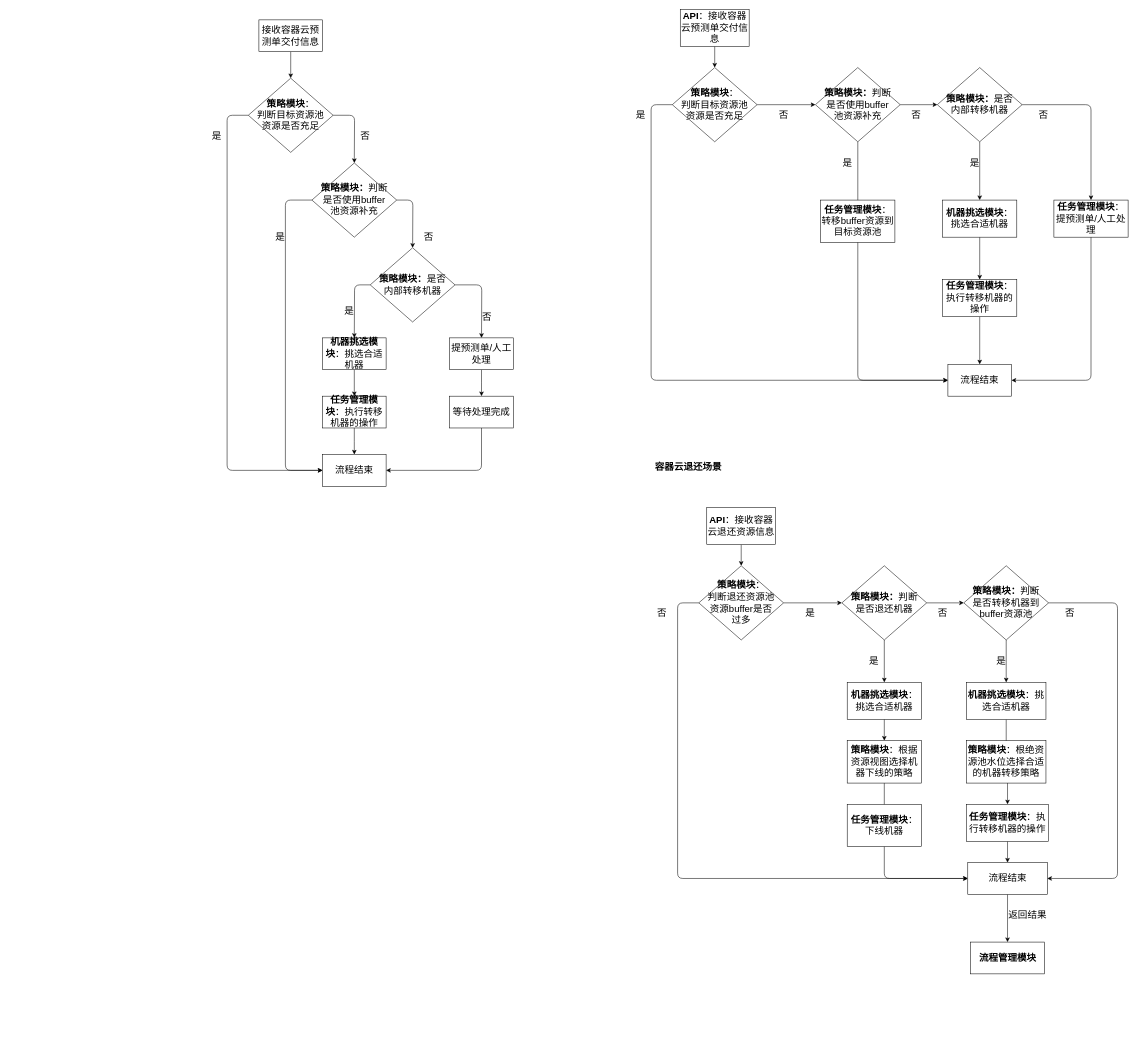
Before: page "资源决策模块" (3 of 4) of draw/elastic-resource.drawio in gosoon/gitbook, a draw.io diagram. Source tidied: cells renumbered, new cells numbered last; positions are measured from the earlier drawing's top-left corner, leaving out a move shared by most shapes. Both pictures are drawn from the tidied source at 53%, with x=0, y=0 at pixel (206, 9).
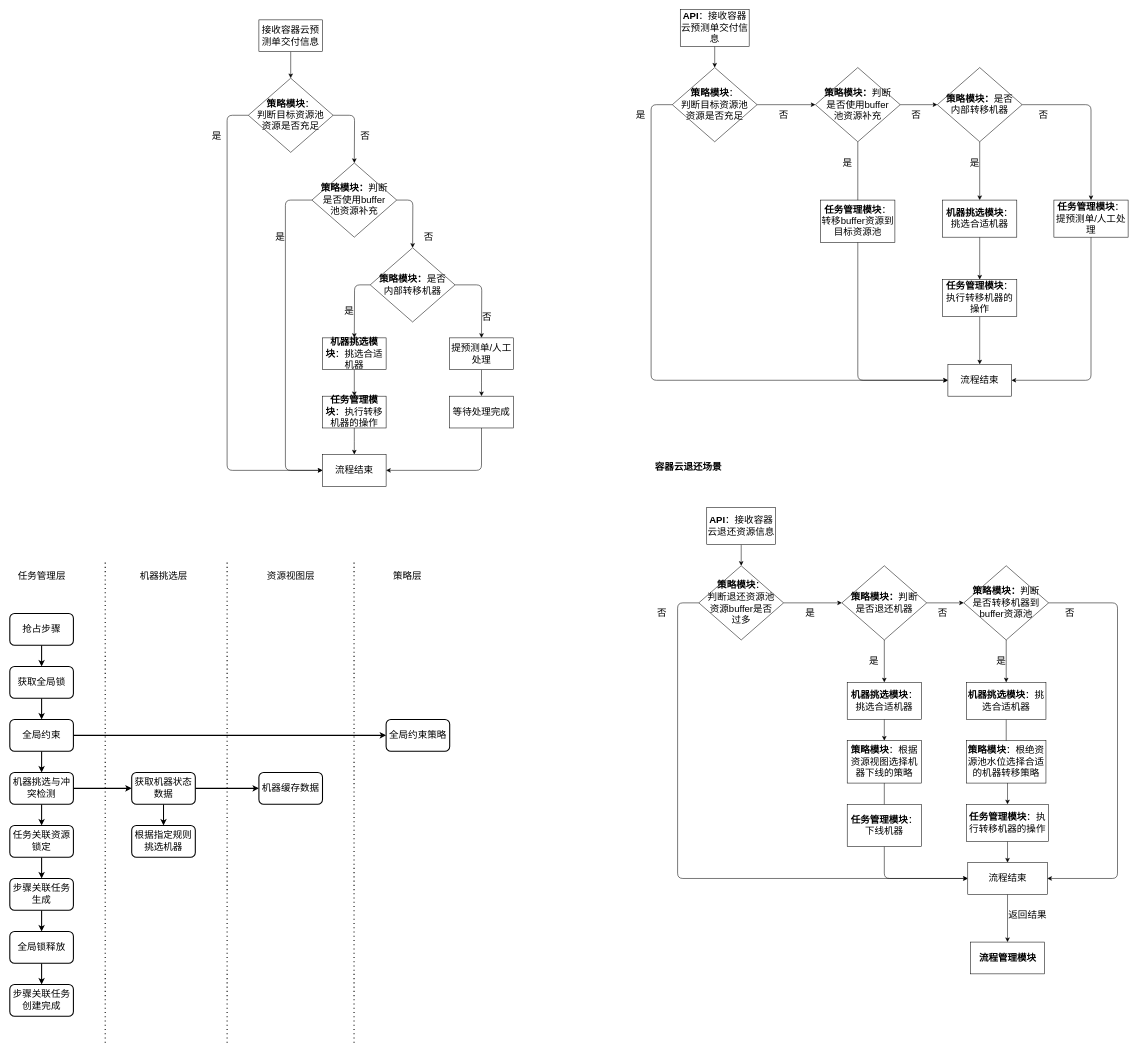
The same diagram, later.

Diff of the diagram source:
```diff
@@
+    <mxCell id="85" style="edgeStyle=orthogonalEdgeStyle;rounded=0;jettySize=auto;html=1;entryX=0.5;entryY=0;entryDx=0;entryDy=0;strokeWidth=2;" parent="1" edge="1" source="86" target="88">
+      <mxGeometry relative="1" as="geometry" />
+    </mxCell>
+    <mxCell id="86" value="&lt;font style=&quot;font-size: 18px;&quot;&gt;抢占步骤&lt;/font&gt;" style="rounded=1;whiteSpace=wrap;html=1;strokeWidth=2;" parent="1" vertex="1">
+      <mxGeometry x="-370" y="1140" width="120" height="60" as="geometry" />
+    </mxCell>
+    <mxCell id="87" style="edgeStyle=orthogonalEdgeStyle;rounded=0;jettySize=auto;html=1;entryX=0.5;entryY=0;entryDx=0;entryDy=0;strokeWidth=2;" parent="1" edge="1" source="88" target="104">
+      <mxGeometry relative="1" as="geometry" />
+    </mxCell>
+    <mxCell id="88" value="&lt;font style=&quot;font-size: 18px;&quot;&gt;获取全局锁&lt;/font&gt;" style="rounded=1;whiteSpace=wrap;html=1;strokeWidth=2;" parent="1" vertex="1">
+      <mxGeometry x="-370" y="1240" width="120" height="60" as="geometry" />
+    </mxCell>
+    <mxCell id="89" style="edgeStyle=orthogonalEdgeStyle;rounded=0;jettySize=auto;html=1;entryX=0.5;entryY=0;entryDx=0;entryDy=0;strokeWidth=2;" parent="1" edge="1" source="91" target="93">
+      <mxGeometry relative="1" as="geometry" />
+    </mxCell>
+    <mxCell id="90" style="edgeStyle=orthogonalEdgeStyle;rounded=0;jettySize=auto;html=1;strokeWidth=2;entryX=0;entryY=0.5;entryDx=0;entryDy=0;" parent="1" edge="1" source="91" target="109">
+      <mxGeometry relative="1" as="geometry" />
+    </mxCell>
+    <mxCell id="91" value="&lt;font style=&quot;font-size: 18px;&quot;&gt;机器挑选与冲突检测&lt;/font&gt;" style="rounded=1;whiteSpace=wrap;html=1;strokeWidth=2;" parent="1" vertex="1">
+      <mxGeometry x="-370" y="1440" width="120" height="60" as="geometry" />
+    </mxCell>
+    <mxCell id="92" style="edgeStyle=orthogonalEdgeStyle;rounded=0;jettySize=auto;html=1;entryX=0.5;entryY=0;entryDx=0;entryDy=0;strokeWidth=2;" parent="1" edge="1" source="93" target="95">
+      <mxGeometry relative="1" as="geometry" />
+    </mxCell>
+    <mxCell id="93" value="&lt;font style=&quot;font-size: 18px;&quot;&gt;任务关联资源锁定&lt;/font&gt;" style="rounded=1;whiteSpace=wrap;html=1;strokeWidth=2;" parent="1" vertex="1">
+      <mxGeometry x="-370" y="1540" width="120" height="60" as="geometry" />
+    </mxCell>
+    <mxCell id="94" style="edgeStyle=orthogonalEdgeStyle;rounded=0;jettySize=auto;html=1;entryX=0.5;entryY=0;entryDx=0;entryDy=0;strokeWidth=2;" parent="1" edge="1" source="95" target="97">
+      <mxGeometry relative="1" as="geometry" />
+    </mxCell>
+    <mxCell id="95" value="&lt;font style=&quot;font-size: 18px;&quot;&gt;步骤关联任务生成&lt;/font&gt;" style="rounded=1;whiteSpace=wrap;html=1;strokeWidth=2;" parent="1" vertex="1">
+      <mxGeometry x="-370" y="1640" width="120" height="60" as="geometry" />
+    </mxCell>
+    <mxCell id="96" style="edgeStyle=orthogonalEdgeStyle;rounded=0;jettySize=auto;html=1;strokeWidth=2;" parent="1" edge="1" source="97">
+      <mxGeometry relative="1" as="geometry">
+        <mxPoint x="-310" y="1840" as="targetPoint" />
+      </mxGeometry>
+    </mxCell>
+    <mxCell id="97" value="&lt;font style=&quot;font-size: 18px;&quot;&gt;全局锁释放&lt;/font&gt;" style="rounded=1;whiteSpace=wrap;html=1;strokeWidth=2;" parent="1" vertex="1">
+      <mxGeometry x="-370" y="1740" width="120" height="60" as="geometry" />
+    </mxCell>
+    <mxCell id="98" value="&lt;font style=&quot;font-size: 18px;&quot;&gt;步骤关联任务创建完成&lt;/font&gt;" style="rounded=1;whiteSpace=wrap;html=1;strokeWidth=2;" parent="1" vertex="1">
+      <mxGeometry x="-370" y="1840" width="120" height="60" as="geometry" />
+    </mxCell>
+    <mxCell id="99" value="&lt;font style=&quot;font-size: 18px;&quot;&gt;任务管理层&lt;/font&gt;" style="text;html=1;align=center;verticalAlign=middle;strokeColor=none;fillColor=none;" parent="1" vertex="1">
+      <mxGeometry x="-365" y="1050" width="110" height="40" as="geometry" />
+    </mxCell>
+    <mxCell id="100" value="&lt;font style=&quot;font-size: 18px;&quot;&gt;机器挑选层&lt;/font&gt;" style="text;html=1;align=center;verticalAlign=middle;strokeColor=none;fillColor=none;" parent="1" vertex="1">
+      <mxGeometry x="-135" y="1050" width="110" height="40" as="geometry" />
+    </mxCell>
+    <mxCell id="101" value="&lt;font style=&quot;font-size: 18px;&quot;&gt;资源视图层&lt;/font&gt;" style="text;html=1;align=center;verticalAlign=middle;strokeColor=none;fillColor=none;" parent="1" vertex="1">
+      <mxGeometry x="105" y="1050" width="110" height="40" as="geometry" />
+    </mxCell>
+    <mxCell id="102" style="edgeStyle=orthogonalEdgeStyle;rounded=0;jettySize=auto;html=1;entryX=0.5;entryY=0;entryDx=0;entryDy=0;strokeWidth=2;" parent="1" edge="1" source="104" target="91">
+      <mxGeometry relative="1" as="geometry" />
+    </mxCell>
+    <mxCell id="103" style="edgeStyle=orthogonalEdgeStyle;rounded=0;jettySize=auto;html=1;entryX=0;entryY=0.5;entryDx=0;entryDy=0;strokeWidth=2;" parent="1" edge="1" source="104" target="113">
+      <mxGeometry relative="1" as="geometry" />
+    </mxCell>
+    <mxCell id="104" value="&lt;font style=&quot;font-size: 18px;&quot;&gt;全局约束&lt;/font&gt;" style="rounded=1;whiteSpace=wrap;html=1;strokeWidth=2;" parent="1" vertex="1">
+      <mxGeometry x="-370" y="1340" width="120" height="60" as="geometry" />
+    </mxCell>
+    <mxCell id="105" value="&lt;font style=&quot;font-size: 18px;&quot;&gt;根据指定规则挑选机器&lt;/font&gt;" style="rounded=1;whiteSpace=wrap;html=1;strokeWidth=2;" parent="1" vertex="1">
+      <mxGeometry x="-140" y="1540" width="120" height="60" as="geometry" />
+    </mxCell>
+    <mxCell id="106" value="&lt;font style=&quot;font-size: 18px;&quot;&gt;机器缓存数据&lt;/font&gt;" style="rounded=1;whiteSpace=wrap;html=1;strokeWidth=2;" parent="1" vertex="1">
+      <mxGeometry x="100" y="1440" width="120" height="60" as="geometry" />
+    </mxCell>
+    <mxCell id="107" style="edgeStyle=orthogonalEdgeStyle;rounded=0;jettySize=auto;html=1;entryX=0;entryY=0.5;entryDx=0;entryDy=0;strokeWidth=2;" parent="1" edge="1" source="109" target="106">
+      <mxGeometry relative="1" as="geometry" />
+    </mxCell>
+    <mxCell id="108" style="edgeStyle=orthogonalEdgeStyle;rounded=0;jettySize=auto;html=1;entryX=0.5;entryY=0;entryDx=0;entryDy=0;strokeWidth=2;" parent="1" edge="1" source="109" target="105">
+      <mxGeometry relative="1" as="geometry" />
+    </mxCell>
+    <mxCell id="109" value="&lt;font style=&quot;font-size: 18px;&quot;&gt;获取机器状态数据&lt;/font&gt;" style="rounded=1;whiteSpace=wrap;html=1;strokeWidth=2;" parent="1" vertex="1">
+      <mxGeometry x="-140" y="1440" width="120" height="60" as="geometry" />
+    </mxCell>
+    <mxCell id="110" style="endArrow=none;dashed=1;html=1;dashPattern=1 3;strokeWidth=2;rounded=0;" parent="1" edge="1">
+      <mxGeometry relative="1" as="geometry">
+        <mxPoint x="-190" y="1950" as="sourcePoint" />
+        <mxPoint x="-190" y="1040" as="targetPoint" />
+      </mxGeometry>
+    </mxCell>
+    <mxCell id="111" style="endArrow=none;dashed=1;html=1;dashPattern=1 3;strokeWidth=2;rounded=0;" parent="1" edge="1">
+      <mxGeometry relative="1" as="geometry">
+        <mxPoint x="40" y="1950" as="sourcePoint" />
+        <mxPoint x="40" y="1040" as="targetPoint" />
+      </mxGeometry>
+    </mxCell>
+    <mxCell id="112" value="&lt;font style=&quot;font-size: 18px;&quot;&gt;策略层&lt;/font&gt;" style="text;html=1;align=center;verticalAlign=middle;strokeColor=none;fillColor=none;" parent="1" vertex="1">
+      <mxGeometry x="340" y="1050" width="80" height="40" as="geometry" />
+    </mxCell>
+    <mxCell id="113" value="&lt;font style=&quot;font-size: 18px;&quot;&gt;全局约束策略&lt;/font&gt;" style="rounded=1;whiteSpace=wrap;html=1;strokeWidth=2;" parent="1" vertex="1">
+      <mxGeometry x="340" y="1340" width="120" height="60" as="geometry" />
+    </mxCell>
+    <mxCell id="114" style="endArrow=none;dashed=1;html=1;dashPattern=1 3;strokeWidth=2;rounded=0;" parent="1" edge="1">
+      <mxGeometry relative="1" as="geometry">
+        <mxPoint x="279.5" y="1950" as="sourcePoint" />
+        <mxPoint x="279.5" y="1040" as="targetPoint" />
+      </mxGeometry>
+    </mxCell>
```
